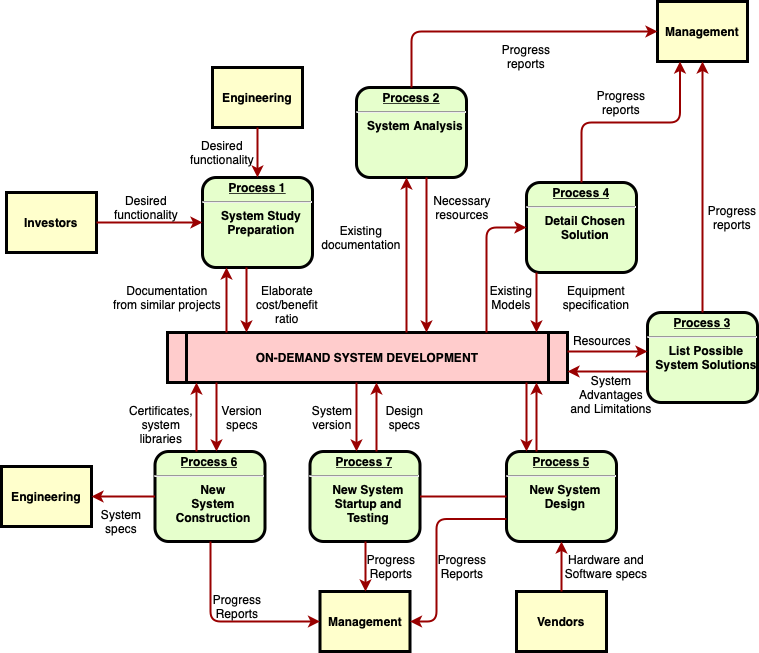
Above: Architectural_Diagram.png in sarankirthic/Project_Dr1pDr0p (draw.io), before the change. Source tidied: cells renumbered, new cells last; positions are measured from the earlier drawing's top-left corner, leaving out a move shared by most shapes.
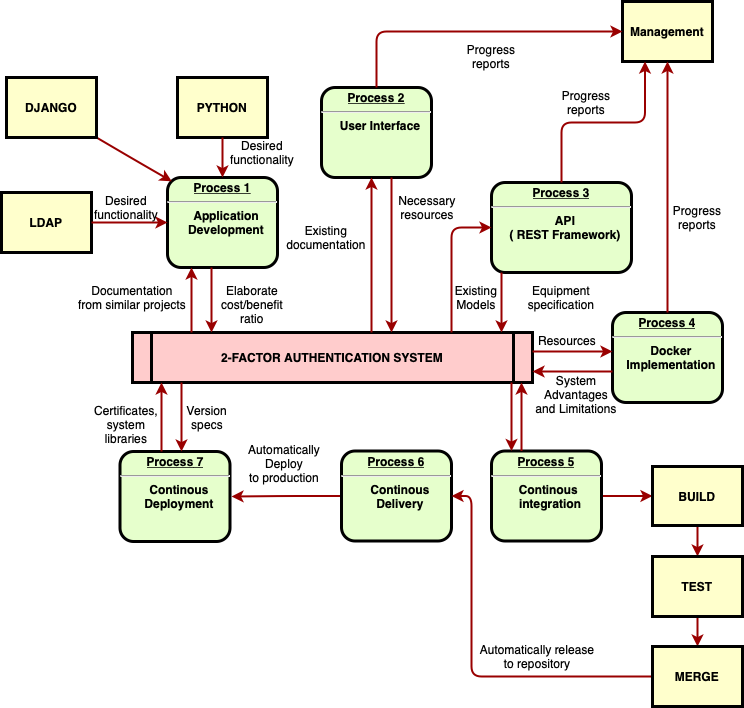
Later version of the same file.

Change to the diagram source:
```diff
@@ -2,62 +2,58 @@
   <root>
     <mxCell id="0" />
     <mxCell id="1" parent="0" />
-    <mxCell id="2" value="&lt;p style=&quot;margin: 0px; margin-top: 4px; text-align: center; text-decoration: underline;&quot;&gt;&lt;strong&gt;Process 1&lt;br /&gt;&lt;/strong&gt;&lt;/p&gt;&lt;hr /&gt;&lt;p style=&quot;margin: 0px; margin-left: 8px;&quot;&gt;System Study&lt;/p&gt;&lt;p style=&quot;margin: 0px; margin-left: 8px;&quot;&gt;Preparation&lt;/p&gt;" style="verticalAlign=middle;align=center;overflow=fill;fontSize=12;fontFamily=Helvetica;html=1;rounded=1;fontStyle=1;strokeWidth=3;fillColor=#E6FFCC;" parent="1" vertex="1">
+    <mxCell id="2" value="&lt;p style=&quot;margin: 0px; margin-top: 4px; text-align: center; text-decoration: underline;&quot;&gt;&lt;strong&gt;Process 1&lt;br&gt;&lt;/strong&gt;&lt;/p&gt;&lt;hr&gt;&lt;p style=&quot;margin: 0px; margin-left: 8px;&quot;&gt;Application&lt;/p&gt;&lt;p style=&quot;margin: 0px; margin-left: 8px;&quot;&gt;Development&lt;/p&gt;" style="verticalAlign=middle;align=center;overflow=fill;fontSize=12;fontFamily=Helvetica;html=1;rounded=1;fontStyle=1;strokeWidth=3;fillColor=#E6FFCC;" parent="1" vertex="1">
       <mxGeometry x="201" y="176" width="110" height="90" as="geometry" />
     </mxCell>
-    <mxCell id="3" value="Engineering" style="whiteSpace=wrap;align=center;verticalAlign=middle;fontStyle=1;strokeWidth=3;fillColor=#FFFFCC;" parent="1" vertex="1">
-      <mxGeometry x="211" y="66" width="90" height="60" as="geometry" />
+    <mxCell id="3" value="PYTHON" style="whiteSpace=wrap;align=center;verticalAlign=middle;fontStyle=1;strokeWidth=3;fillColor=#FFFFCC;" parent="1" vertex="1">
+      <mxGeometry x="211" y="76" width="90" height="60" as="geometry" />
     </mxCell>
-    <mxCell id="4" value="Investors" style="whiteSpace=wrap;align=center;verticalAlign=middle;fontStyle=1;strokeWidth=3;fillColor=#FFFFCC;" parent="1" vertex="1">
-      <mxGeometry x="5" y="191" width="90" height="60" as="geometry" />
+    <mxCell id="4" value="LDAP" style="whiteSpace=wrap;align=center;verticalAlign=middle;fontStyle=1;strokeWidth=3;fillColor=#FFFFCC;" parent="1" vertex="1">
+      <mxGeometry x="35" y="191" width="90" height="60" as="geometry" />
     </mxCell>
-    <mxCell id="5" value="ON-DEMAND SYSTEM DEVELOPMENT" style="shape=process;whiteSpace=wrap;align=center;verticalAlign=middle;size=0.0475;fontStyle=1;strokeWidth=3;fillColor=#FFCCCC;" parent="1" vertex="1">
+    <mxCell id="5" value="2-FACTOR AUTHENTICATION SYSTEM" style="shape=process;whiteSpace=wrap;align=center;verticalAlign=middle;size=0.0475;fontStyle=1;strokeWidth=3;fillColor=#FFCCCC;" parent="1" vertex="1">
       <mxGeometry x="166" y="331" width="400" height="50" as="geometry" />
     </mxCell>
-    <mxCell id="6" value="&lt;p style=&quot;margin: 0px; margin-top: 4px; text-align: center; text-decoration: underline;&quot;&gt;&lt;strong&gt;Process 2&lt;br /&gt;&lt;/strong&gt;&lt;/p&gt;&lt;hr /&gt;&lt;p style=&quot;margin: 0px; margin-left: 8px;&quot;&gt;System Analysis&lt;/p&gt;" style="verticalAlign=middle;align=center;overflow=fill;fontSize=12;fontFamily=Helvetica;html=1;rounded=1;fontStyle=1;strokeWidth=3;fillColor=#E6FFCC;" parent="1" vertex="1">
+    <mxCell id="6" value="&lt;p style=&quot;margin: 0px; margin-top: 4px; text-align: center; text-decoration: underline;&quot;&gt;&lt;strong&gt;Process 2&lt;br&gt;&lt;/strong&gt;&lt;/p&gt;&lt;hr&gt;&lt;p style=&quot;margin: 0px; margin-left: 8px;&quot;&gt;User Interface&lt;/p&gt;" style="verticalAlign=middle;align=center;overflow=fill;fontSize=12;fontFamily=Helvetica;html=1;rounded=1;fontStyle=1;strokeWidth=3;fillColor=#E6FFCC;" parent="1" vertex="1">
       <mxGeometry x="355" y="86" width="110" height="90" as="geometry" />
     </mxCell>
-    <mxCell id="7" value="&lt;p style=&quot;margin: 0px; margin-top: 4px; text-align: center; text-decoration: underline;&quot;&gt;&lt;strong&gt;&lt;strong&gt;Process&lt;/strong&gt; 3&lt;br /&gt;&lt;/strong&gt;&lt;/p&gt;&lt;hr /&gt;&lt;p style=&quot;margin: 0px; margin-left: 8px;&quot;&gt;List Possible&lt;/p&gt;&lt;p style=&quot;margin: 0px; margin-left: 8px;&quot;&gt;System Solutions&lt;/p&gt;" style="verticalAlign=middle;align=center;overflow=fill;fontSize=12;fontFamily=Helvetica;html=1;rounded=1;fontStyle=1;strokeWidth=3;fillColor=#E6FFCC;" parent="1" vertex="1">
+    <mxCell id="7" value="&lt;p style=&quot;margin: 0px; margin-top: 4px; text-align: center; text-decoration: underline;&quot;&gt;&lt;strong&gt;&lt;strong&gt;Process&lt;/strong&gt;&amp;nbsp;4&lt;br&gt;&lt;/strong&gt;&lt;/p&gt;&lt;hr&gt;&lt;p style=&quot;margin: 0px; margin-left: 8px;&quot;&gt;Docker&lt;/p&gt;&lt;p style=&quot;margin: 0px; margin-left: 8px;&quot;&gt;Implementation&lt;/p&gt;" style="verticalAlign=middle;align=center;overflow=fill;fontSize=12;fontFamily=Helvetica;html=1;rounded=1;fontStyle=1;strokeWidth=3;fillColor=#E6FFCC;" parent="1" vertex="1">
       <mxGeometry x="646" y="311" width="110" height="90" as="geometry" />
     </mxCell>
-    <mxCell id="8" value="&lt;p style=&quot;margin: 0px; margin-top: 4px; text-align: center; text-decoration: underline;&quot;&gt;&lt;strong&gt;&lt;strong&gt;Process&lt;/strong&gt; 4&lt;br /&gt;&lt;/strong&gt;&lt;/p&gt;&lt;hr /&gt;&lt;p style=&quot;margin: 0px; margin-left: 8px;&quot;&gt;Detail Chosen&lt;/p&gt;&lt;p style=&quot;margin: 0px; margin-left: 8px;&quot;&gt;Solution&lt;/p&gt;" style="verticalAlign=middle;align=center;overflow=fill;fontSize=12;fontFamily=Helvetica;html=1;rounded=1;fontStyle=1;strokeWidth=3;fillColor=#E6FFCC;" parent="1" vertex="1">
-      <mxGeometry x="525" y="181" width="110" height="90" as="geometry" />
+    <mxCell id="8" value="&lt;p style=&quot;margin: 0px; margin-top: 4px; text-align: center; text-decoration: underline;&quot;&gt;&lt;strong&gt;&lt;strong&gt;Process&lt;/strong&gt;&amp;nbsp;3&lt;br&gt;&lt;/strong&gt;&lt;/p&gt;&lt;hr&gt;&lt;p style=&quot;margin: 0px; margin-left: 8px;&quot;&gt;API&lt;/p&gt;&lt;p style=&quot;margin: 0px; margin-left: 8px;&quot;&gt;( REST Framework)&lt;/p&gt;" style="verticalAlign=middle;align=center;overflow=fill;fontSize=12;fontFamily=Helvetica;html=1;rounded=1;fontStyle=1;strokeWidth=3;fillColor=#E6FFCC;" parent="1" vertex="1">
+      <mxGeometry x="525" y="181" width="140" height="90" as="geometry" />
     </mxCell>
+    <mxCell id="63" style="edgeStyle=orthogonalEdgeStyle;rounded=0;jettySize=auto;html=1;strokeColor=#990000;strokeWidth=2;" parent="1" edge="1" source="9" target="66">
+      <mxGeometry relative="1" as="geometry" />
+    </mxCell>
-    <mxCell id="9" value="&lt;p style=&quot;margin: 0px; margin-top: 4px; text-align: center; text-decoration: underline;&quot;&gt;&lt;strong&gt;&lt;strong&gt;Process&lt;/strong&gt; 5&lt;br /&gt;&lt;/strong&gt;&lt;/p&gt;&lt;hr /&gt;&lt;p style=&quot;margin: 0px; margin-left: 8px;&quot;&gt;New System&lt;/p&gt;&lt;p style=&quot;margin: 0px; margin-left: 8px;&quot;&gt;Design&lt;/p&gt;" style="verticalAlign=middle;align=center;overflow=fill;fontSize=12;fontFamily=Helvetica;html=1;rounded=1;fontStyle=1;strokeWidth=3;fillColor=#E6FFCC;" parent="1" vertex="1">
-      <mxGeometry x="505" y="450" width="110" height="90" as="geometry" />
+    <mxCell id="9" value="&lt;p style=&quot;margin: 0px; margin-top: 4px; text-align: center; text-decoration: underline;&quot;&gt;&lt;strong&gt;&lt;strong&gt;Process&lt;/strong&gt; 5&lt;br&gt;&lt;/strong&gt;&lt;/p&gt;&lt;hr&gt;&lt;p style=&quot;margin: 0px; margin-left: 8px;&quot;&gt;Continous&amp;nbsp;&lt;/p&gt;&lt;p style=&quot;margin: 0px; margin-left: 8px;&quot;&gt;integration&lt;/p&gt;" style="verticalAlign=middle;align=center;overflow=fill;fontSize=12;fontFamily=Helvetica;html=1;rounded=1;fontStyle=1;strokeWidth=3;fillColor=#E6FFCC;" parent="1" vertex="1">
+      <mxGeometry x="525" y="449.5" width="110" height="90" as="geometry" />
     </mxCell>
-    <mxCell id="10" value="&lt;p style=&quot;margin: 0px; margin-top: 4px; text-align: center; text-decoration: underline;&quot;&gt;&lt;strong&gt;&lt;strong&gt;Process&lt;/strong&gt; 6&lt;br /&gt;&lt;/strong&gt;&lt;/p&gt;&lt;hr /&gt;&lt;p style=&quot;margin: 0px; margin-left: 8px;&quot;&gt;New&lt;/p&gt;&lt;p style=&quot;margin: 0px; margin-left: 8px;&quot;&gt;System&lt;/p&gt;&lt;p style=&quot;margin: 0px; margin-left: 8px;&quot;&gt;Construction&lt;/p&gt;" style="verticalAlign=middle;align=center;overflow=fill;fontSize=12;fontFamily=Helvetica;html=1;rounded=1;fontStyle=1;strokeWidth=3;fillColor=#E6FFCC;" parent="1" vertex="1">
+    <mxCell id="10" value="&lt;p style=&quot;margin: 0px; margin-top: 4px; text-align: center; text-decoration: underline;&quot;&gt;&lt;strong&gt;&lt;strong&gt;Process&lt;/strong&gt;&amp;nbsp;7&lt;/strong&gt;&lt;/p&gt;&lt;hr&gt;&lt;p style=&quot;margin: 0px; margin-left: 8px;&quot;&gt;Continous&lt;/p&gt;&lt;p style=&quot;margin: 0px; margin-left: 8px;&quot;&gt;Deployment&lt;/p&gt;" style="verticalAlign=middle;align=center;overflow=fill;fontSize=12;fontFamily=Helvetica;html=1;rounded=1;fontStyle=1;strokeWidth=3;fillColor=#E6FFCC;" parent="1" vertex="1">
       <mxGeometry x="153.5" y="450" width="110" height="90" as="geometry" />
     </mxCell>
     <mxCell id="11" value="Management" style="whiteSpace=wrap;align=center;verticalAlign=middle;fontStyle=1;strokeWidth=3;fillColor=#FFFFCC;" parent="1" vertex="1">
       <mxGeometry x="656" width="90" height="60" as="geometry" />
     </mxCell>
-    <mxCell id="12" value="Management" style="whiteSpace=wrap;align=center;verticalAlign=middle;fontStyle=1;strokeWidth=3;fillColor=#FFFFCC;" parent="1" vertex="1">
-      <mxGeometry x="318.5" y="590" width="90" height="60" as="geometry" />
-    </mxCell>
-    <mxCell id="13" value="Engineering" style="whiteSpace=wrap;align=center;verticalAlign=middle;fontStyle=1;strokeWidth=3;fillColor=#FFFFCC;" parent="1" vertex="1">
-      <mxGeometry y="465" width="90" height="60" as="geometry" />
-    </mxCell>
-    <mxCell id="14" value="Vendors" style="whiteSpace=wrap;align=center;verticalAlign=middle;fontStyle=1;strokeWidth=3;fillColor=#FFFFCC;" parent="1" vertex="1">
-      <mxGeometry x="515" y="590" width="90" height="60" as="geometry" />
-    </mxCell>
     <mxCell id="15" style="edgeStyle=none;noEdgeStyle=1;strokeColor=#990000;strokeWidth=2;" parent="1" edge="1" source="3" target="2">
       <mxGeometry relative="1" as="geometry" />
     </mxCell>
     <mxCell id="16" style="edgeStyle=none;noEdgeStyle=1;strokeColor=#990000;strokeWidth=2;" parent="1" edge="1" source="4" target="2">
       <mxGeometry relative="1" as="geometry" />
     </mxCell>
+    <mxCell id="64" style="edgeStyle=orthogonalEdgeStyle;rounded=1;jettySize=auto;html=1;exitX=0;exitY=0.5;exitDx=0;exitDy=0;strokeColor=#990000;strokeWidth=2;" parent="1" edge="1" source="17">
+      <mxGeometry relative="1" as="geometry">
+        <mxPoint x="265" y="495" as="targetPoint" />
+      </mxGeometry>
+    </mxCell>
-    <mxCell id="17" value="&lt;p style=&quot;margin: 0px; margin-top: 4px; text-align: center; text-decoration: underline;&quot;&gt;&lt;strong&gt;&lt;strong&gt;Process&lt;/strong&gt; 7&lt;br /&gt;&lt;/strong&gt;&lt;/p&gt;&lt;hr /&gt;&lt;p style=&quot;margin: 0px; margin-left: 8px;&quot;&gt;New System&lt;/p&gt;&lt;p style=&quot;margin: 0px; margin-left: 8px;&quot;&gt;Startup and&lt;/p&gt;&lt;p style=&quot;margin: 0px; margin-left: 8px;&quot;&gt;Testing&lt;/p&gt;" style="verticalAlign=middle;align=center;overflow=fill;fontSize=12;fontFamily=Helvetica;html=1;rounded=1;fontStyle=1;strokeWidth=3;fillColor=#E6FFCC;" parent="1" vertex="1">
-      <mxGeometry x="308.5" y="450" width="110" height="90" as="geometry" />
+    <mxCell id="17" value="&lt;p style=&quot;margin: 0px; margin-top: 4px; text-align: center; text-decoration: underline;&quot;&gt;&lt;strong&gt;&lt;strong&gt;Process&lt;/strong&gt;&amp;nbsp;6&lt;br&gt;&lt;/strong&gt;&lt;/p&gt;&lt;hr&gt;&lt;p style=&quot;margin: 0px; margin-left: 8px;&quot;&gt;Continous&lt;/p&gt;&lt;p style=&quot;margin: 0px; margin-left: 8px;&quot;&gt;Delivery&lt;/p&gt;" style="verticalAlign=middle;align=center;overflow=fill;fontSize=12;fontFamily=Helvetica;html=1;rounded=1;fontStyle=1;strokeWidth=3;fillColor=#E6FFCC;" parent="1" vertex="1">
+      <mxGeometry x="375" y="449.5" width="110" height="90" as="geometry" />
     </mxCell>
-    <mxCell id="18" style="endArrow=none;noEdgeStyle=1;strokeColor=#990000;strokeWidth=2;" parent="1" edge="1" source="9" target="17">
-      <mxGeometry relative="1" as="geometry" />
-    </mxCell>
     <mxCell id="19" value="Desired &#10;functionality" style="text;spacingTop=-5;align=center;" parent="1" vertex="1">
-      <mxGeometry x="130" y="191" width="30" height="20" as="geometry" />
+      <mxGeometry x="145" y="191" width="30" height="20" as="geometry" />
     </mxCell>
     <mxCell id="20" value="Desired &#10;functionality" style="text;spacingTop=-5;align=center;" parent="1" vertex="1">
-      <mxGeometry x="206" y="136" width="30" height="20" as="geometry" />
+      <mxGeometry x="281" y="136" width="30" height="20" as="geometry" />
     </mxCell>
     <mxCell id="21" value="Documentation&#10;from similar projects" style="text;spacingTop=-5;align=center;" parent="1" vertex="1">
       <mxGeometry x="151" y="281" width="30" height="20" as="geometry" />
@@ -164,66 +160,17 @@
     <mxCell id="43" style="edgeStyle=elbowEdgeStyle;elbow=horizontal;strokeColor=#990000;strokeWidth=2;" parent="1" edge="1" source="9" target="5">
       <mxGeometry relative="1" as="geometry">
         <Array as="points">
-          <mxPoint x="535" y="410" />
+          <mxPoint x="555" y="420" />
         </Array>
       </mxGeometry>
     </mxCell>
     <mxCell id="44" style="edgeStyle=elbowEdgeStyle;elbow=horizontal;strokeColor=#990000;strokeWidth=2;" parent="1" edge="1" source="5" target="9">
       <mxGeometry relative="1" as="geometry">
         <Array as="points">
-          <mxPoint x="525" y="420" />
+          <mxPoint x="545" y="410" />
         </Array>
       </mxGeometry>
     </mxCell>
-    <mxCell id="45" style="edgeStyle=elbowEdgeStyle;elbow=horizontal;strokeColor=#990000;strokeWidth=2;" parent="1" edge="1" source="14" target="9">
-      <mxGeometry relative="1" as="geometry" />
-    </mxCell>
-    <mxCell id="46" value="Hardware and&#10;Software specs" style="text;spacingTop=-5;align=center;" parent="1" vertex="1">
-      <mxGeometry x="590" y="550" width="30" height="20" as="geometry" />
-    </mxCell>
-    <mxCell id="47" style="edgeStyle=elbowEdgeStyle;elbow=horizontal;exitX=0;exitY=0.75;strokeColor=#990000;strokeWidth=2;" parent="1" edge="1" source="9" target="12">
-      <mxGeometry relative="1" as="geometry">
-        <Array as="points">
-          <mxPoint x="435" y="570" />
-        </Array>
-      </mxGeometry>
-    </mxCell>
-    <mxCell id="48" value="Progress&#10;Reports" style="text;spacingTop=-5;align=center;" parent="1" vertex="1">
-      <mxGeometry x="446" y="550" width="30" height="20" as="geometry" />
-    </mxCell>
-    <mxCell id="49" style="edgeStyle=elbowEdgeStyle;elbow=horizontal;strokeColor=#990000;strokeWidth=2;" parent="1" edge="1" source="17" target="12">
-      <mxGeometry relative="1" as="geometry" />
-    </mxCell>
-    <mxCell id="50" value="Progress&#10;Reports" style="text;spacingTop=-5;align=center;" parent="1" vertex="1">
-      <mxGeometry x="375" y="550" width="30" height="20" as="geometry" />
-    </mxCell>
-    <mxCell id="51" style="edgeStyle=elbowEdgeStyle;elbow=horizontal;strokeColor=#990000;strokeWidth=2;" parent="1" edge="1" source="10" target="12">
-      <mxGeometry relative="1" as="geometry">
-        <Array as="points">
-          <mxPoint x="209" y="570" />
-        </Array>
-      </mxGeometry>
-    </mxCell>
-    <mxCell id="52" value="Progress&#10;Reports" style="text;spacingTop=-5;align=center;" parent="1" vertex="1">
-      <mxGeometry x="221" y="590" width="30" height="20" as="geometry" />
-    </mxCell>
-    <mxCell id="53" style="edgeStyle=elbowEdgeStyle;elbow=vertical;strokeColor=#990000;strokeWidth=2;" parent="1" edge="1" source="10" target="13">
-      <mxGeometry relative="1" as="geometry" />
-    </mxCell>
-    <mxCell id="54" style="edgeStyle=elbowEdgeStyle;elbow=horizontal;strokeColor=#990000;strokeWidth=2;" parent="1" edge="1" source="5" target="17">
-      <mxGeometry relative="1" as="geometry">
-        <Array as="points">
-          <mxPoint x="355" y="410" />
-        </Array>
-      </mxGeometry>
-    </mxCell>
-    <mxCell id="55" style="edgeStyle=elbowEdgeStyle;elbow=horizontal;strokeColor=#990000;strokeWidth=2;" parent="1" edge="1" source="17" target="5">
-      <mxGeometry relative="1" as="geometry">
-        <Array as="points">
-          <mxPoint x="375" y="410" />
-        </Array>
-      </mxGeometry>
-    </mxCell>
     <mxCell id="56" value="Version&#10;specs" style="text;spacingTop=-5;align=center;" parent="1" vertex="1">
       <mxGeometry x="226" y="401" width="30" height="20" as="geometry" />
     </mxCell>
@@ -244,14 +191,42 @@
         </Array>
       </mxGeometry>
     </mxCell>
-    <mxCell id="60" value="System&#10;specs" style="text;spacingTop=-5;align=center;" parent="1" vertex="1">
-      <mxGeometry x="105" y="505" width="30" height="20" as="geometry" />
-    </mxCell>
-    <mxCell id="61" value="Design&#10;specs" style="text;spacingTop=-5;align=center;" parent="1" vertex="1">
-      <mxGeometry x="388.5" y="401" width="30" height="20" as="geometry" />
-    </mxCell>
-    <mxCell id="62" value="System&#10;version" style="text;spacingTop=-5;align=center;" parent="1" vertex="1">
-      <mxGeometry x="316" y="401" width="30" height="20" as="geometry" />
-    </mxCell>
+    <mxCell id="65" style="edgeStyle=orthogonalEdgeStyle;rounded=0;jettySize=auto;html=1;exitX=0.5;exitY=1;exitDx=0;exitDy=0;entryX=0.5;entryY=0;entryDx=0;entryDy=0;strokeWidth=2;strokeColor=#990000;" parent="1" edge="1" source="66" target="68">
+      <mxGeometry relative="1" as="geometry" />
+    </mxCell>
+    <mxCell id="66" value="BUILD" style="whiteSpace=wrap;align=center;verticalAlign=middle;fontStyle=1;strokeWidth=3;fillColor=#FFFFCC;" parent="1" vertex="1">
+      <mxGeometry x="686" y="465" width="90" height="59" as="geometry" />
+    </mxCell>
+    <mxCell id="67" style="edgeStyle=orthogonalEdgeStyle;rounded=0;jettySize=auto;html=1;exitX=0.5;exitY=1;exitDx=0;exitDy=0;entryX=0.5;entryY=0;entryDx=0;entryDy=0;strokeWidth=2;strokeColor=#990000;" parent="1" edge="1" source="68" target="70">
+      <mxGeometry relative="1" as="geometry" />
+    </mxCell>
+    <mxCell id="68" value="TEST" style="whiteSpace=wrap;align=center;verticalAlign=middle;fontStyle=1;strokeWidth=3;fillColor=#FFFFCC;" parent="1" vertex="1">
+      <mxGeometry x="686" y="555" width="90" height="60" as="geometry" />
+    </mxCell>
+    <mxCell id="69" style="edgeStyle=orthogonalEdgeStyle;rounded=1;jettySize=auto;html=1;exitX=0;exitY=0.5;exitDx=0;exitDy=0;entryX=1;entryY=0.5;entryDx=0;entryDy=0;strokeColor=#990000;strokeWidth=2;" parent="1" edge="1" source="70" target="17">
+      <mxGeometry relative="1" as="geometry">
+        <Array as="points">
+          <mxPoint x="505" y="675" />
+          <mxPoint x="505" y="495" />
+        </Array>
+      </mxGeometry>
+    </mxCell>
+    <mxCell id="70" value="MERGE" style="whiteSpace=wrap;align=center;verticalAlign=middle;fontStyle=1;strokeWidth=3;fillColor=#FFFFCC;" parent="1" vertex="1">
+      <mxGeometry x="686" y="645" width="90" height="60" as="geometry" />
+    </mxCell>
+    <mxCell id="71" value="Automatically release&#10;to repository" style="text;spacingTop=-5;align=center;" parent="1" vertex="1">
+      <mxGeometry x="556" y="640" width="30" height="20" as="geometry" />
+    </mxCell>
+    <mxCell id="72" value="Automatically&#10;Deploy&#10;to production" style="text;spacingTop=-5;align=center;" parent="1" vertex="1">
+      <mxGeometry x="301" y="440" width="34" height="25" as="geometry" />
+    </mxCell>
+    <mxCell id="73" style="edgeStyle=isometricEdgeStyle;jettySize=auto;html=1;exitX=1;exitY=1;exitDx=0;exitDy=0;strokeColor=#990000;strokeWidth=2;rounded=1;" parent="1" edge="1" source="74">
+      <mxGeometry relative="1" as="geometry">
+        <mxPoint x="205" y="180" as="targetPoint" />
+      </mxGeometry>
+    </mxCell>
+    <mxCell id="74" value="DJANGO" style="whiteSpace=wrap;align=center;verticalAlign=middle;fontStyle=1;strokeWidth=3;fillColor=#FFFFCC;" parent="1" vertex="1">
+      <mxGeometry x="40" y="76" width="90" height="60" as="geometry" />
+    </mxCell>
   </root>
 </mxGraphModel>
```
